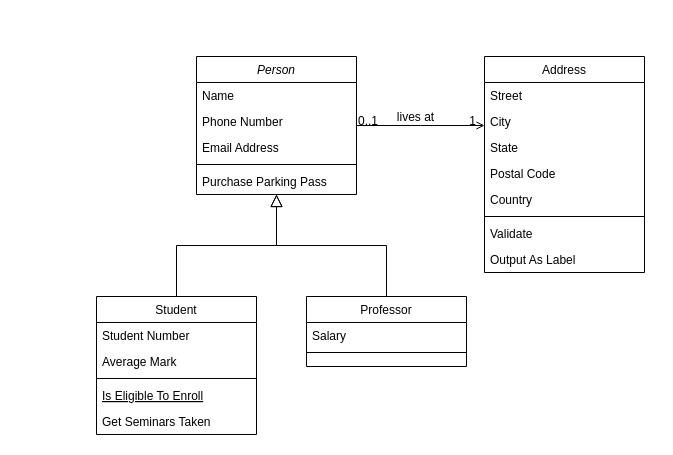
This is Ejercicios UML/Untitled Diagram.drawio from rnoguer22/Entrega-Grupal-UML, a draw.io file, before an edit. Source tidied: cells renumbered, new cells numbered last; positions are measured from the earlier drawing's top-left corner, leaving out a move shared by most shapes. Both pictures are drawn from the tidied source at 100%, with x=0, y=0 at pixel (96, 56).
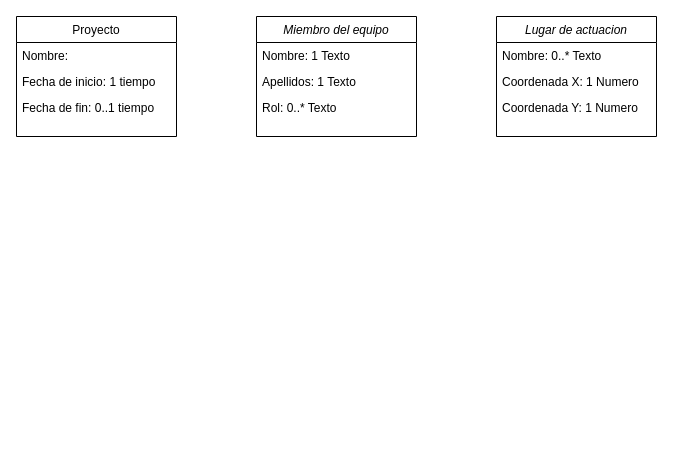
Above is the later version.

Commit message:
2) UML - José Miguel Zazo Orozco

The edit, as a diff of the source:
```diff
@@
-    <mxCell id="2" value="Person" style="swimlane;fontStyle=2;align=center;verticalAlign=top;horizontal=1;startSize=26;rounded=0;shadow=0;strokeWidth=1;" parent="1" vertex="1">
-      <mxGeometry x="100" width="160" height="138" as="geometry" />
+    <mxCell id="2" value="Miembro del equipo" style="swimlane;fontStyle=2;align=center;verticalAlign=top;horizontal=1;startSize=26;rounded=0;shadow=0;strokeWidth=1;" parent="1" vertex="1">
+      <mxGeometry x="160" y="-40" width="160" height="120" as="geometry" />
     </mxCell>
-    <mxCell id="3" value="Name" style="text;align=left;verticalAlign=top;spacingLeft=4;spacingRight=4;overflow=hidden;" parent="2" vertex="1">
+    <mxCell id="3" value="Nombre: 1 Texto" style="text;align=left;verticalAlign=top;spacingLeft=4;spacingRight=4;overflow=hidden;" parent="2" vertex="1">
       <mxGeometry y="26" width="160" height="26" as="geometry" />
     </mxCell>
-    <mxCell id="4" value="Phone Number" style="text;align=left;verticalAlign=top;spacingLeft=4;spacingRight=4;overflow=hidden;rounded=0;shadow=0;html=0;" parent="2" vertex="1">
+    <mxCell id="4" value="Apellidos: 1 Texto" style="text;align=left;verticalAlign=top;spacingLeft=4;spacingRight=4;overflow=hidden;rounded=0;shadow=0;html=0;" parent="2" vertex="1">
       <mxGeometry y="52" width="160" height="26" as="geometry" />
     </mxCell>
-    <mxCell id="5" value="Email Address" style="text;align=left;verticalAlign=top;spacingLeft=4;spacingRight=4;overflow=hidden;rounded=0;shadow=0;html=0;" parent="2" vertex="1">
+    <mxCell id="5" value="Rol: 0..* Texto" style="text;align=left;verticalAlign=top;spacingLeft=4;spacingRight=4;overflow=hidden;rounded=0;shadow=0;html=0;" parent="2" vertex="1">
       <mxGeometry y="78" width="160" height="26" as="geometry" />
     </mxCell>
-    <mxCell id="6" style="line;html=1;strokeWidth=1;align=left;verticalAlign=middle;spacingTop=-1;spacingLeft=3;spacingRight=3;labelPosition=right;" parent="2" vertex="1">
-      <mxGeometry y="104" width="160" height="8" as="geometry" />
-    </mxCell>
-    <mxCell id="7" value="Purchase Parking Pass" style="text;align=left;verticalAlign=top;spacingLeft=4;spacingRight=4;overflow=hidden;" parent="2" vertex="1">
-      <mxGeometry y="112" width="160" height="26" as="geometry" />
-    </mxCell>
-    <mxCell id="8" value="Student" style="swimlane;fontStyle=0;align=center;verticalAlign=top;horizontal=1;startSize=26;rounded=0;shadow=0;strokeWidth=1;" parent="1" vertex="1">
-      <mxGeometry y="240" width="160" height="138" as="geometry" />
-    </mxCell>
-    <mxCell id="9" value="Student Number" style="text;align=left;verticalAlign=top;spacingLeft=4;spacingRight=4;overflow=hidden;" parent="8" vertex="1">
-      <mxGeometry y="26" width="160" height="26" as="geometry" />
-    </mxCell>
-    <mxCell id="10" value="Average Mark" style="text;align=left;verticalAlign=top;spacingLeft=4;spacingRight=4;overflow=hidden;rounded=0;shadow=0;html=0;" parent="8" vertex="1">
-      <mxGeometry y="52" width="160" height="26" as="geometry" />
-    </mxCell>
-    <mxCell id="11" style="line;html=1;strokeWidth=1;align=left;verticalAlign=middle;spacingTop=-1;spacingLeft=3;spacingRight=3;labelPosition=right;" parent="8" vertex="1">
-      <mxGeometry y="78" width="160" height="8" as="geometry" />
-    </mxCell>
-    <mxCell id="12" value="Is Eligible To Enroll" style="text;align=left;verticalAlign=top;spacingLeft=4;spacingRight=4;overflow=hidden;fontStyle=4;" parent="8" vertex="1">
-      <mxGeometry y="86" width="160" height="26" as="geometry" />
-    </mxCell>
-    <mxCell id="13" value="Get Seminars Taken" style="text;align=left;verticalAlign=top;spacingLeft=4;spacingRight=4;overflow=hidden;" parent="8" vertex="1">
-      <mxGeometry y="112" width="160" height="26" as="geometry" />
-    </mxCell>
-    <mxCell id="14" style="endArrow=block;endSize=10;endFill=0;shadow=0;strokeWidth=1;rounded=0;edgeStyle=elbowEdgeStyle;elbow=vertical;" parent="1" edge="1" source="8" target="2">
-      <mxGeometry relative="1" as="geometry" />
-    </mxCell>
-    <mxCell id="15" value="Professor" style="swimlane;fontStyle=0;align=center;verticalAlign=top;horizontal=1;startSize=26;rounded=0;shadow=0;strokeWidth=1;" parent="1" vertex="1">
-      <mxGeometry x="210" y="240" width="160" height="70" as="geometry" />
-    </mxCell>
-    <mxCell id="16" value="Salary" style="text;align=left;verticalAlign=top;spacingLeft=4;spacingRight=4;overflow=hidden;" parent="15" vertex="1">
-      <mxGeometry y="26" width="160" height="26" as="geometry" />
-    </mxCell>
-    <mxCell id="17" style="line;html=1;strokeWidth=1;align=left;verticalAlign=middle;spacingTop=-1;spacingLeft=3;spacingRight=3;labelPosition=right;" parent="15" vertex="1">
-      <mxGeometry y="52" width="160" height="8" as="geometry" />
-    </mxCell>
-    <mxCell id="18" style="endArrow=block;endSize=10;endFill=0;shadow=0;strokeWidth=1;rounded=0;edgeStyle=elbowEdgeStyle;elbow=vertical;" parent="1" edge="1" source="15" target="2">
-      <mxGeometry relative="1" as="geometry" />
-    </mxCell>
-    <mxCell id="19" value="Address" style="swimlane;fontStyle=0;align=center;verticalAlign=top;horizontal=1;startSize=26;rounded=0;shadow=0;strokeWidth=1;" parent="1" vertex="1">
-      <mxGeometry x="388" width="160" height="216" as="geometry" />
+    <mxCell id="19" value="Proyecto" style="swimlane;fontStyle=0;align=center;verticalAlign=top;horizontal=1;startSize=26;rounded=0;shadow=0;strokeWidth=1;" parent="1" vertex="1">
+      <mxGeometry x="-80" y="-40" width="160" height="120" as="geometry" />
     </mxCell>
-    <mxCell id="20" value="Street" style="text;align=left;verticalAlign=top;spacingLeft=4;spacingRight=4;overflow=hidden;" parent="19" vertex="1">
+    <mxCell id="20" value="Nombre: " style="text;align=left;verticalAlign=top;spacingLeft=4;spacingRight=4;overflow=hidden;" parent="19" vertex="1">
       <mxGeometry y="26" width="160" height="26" as="geometry" />
     </mxCell>
-    <mxCell id="21" value="City" style="text;align=left;verticalAlign=top;spacingLeft=4;spacingRight=4;overflow=hidden;rounded=0;shadow=0;html=0;" parent="19" vertex="1">
+    <mxCell id="21" value="Fecha de inicio: 1 tiempo" style="text;align=left;verticalAlign=top;spacingLeft=4;spacingRight=4;overflow=hidden;rounded=0;shadow=0;html=0;" parent="19" vertex="1">
       <mxGeometry y="52" width="160" height="26" as="geometry" />
     </mxCell>
-    <mxCell id="22" value="State" style="text;align=left;verticalAlign=top;spacingLeft=4;spacingRight=4;overflow=hidden;rounded=0;shadow=0;html=0;" parent="19" vertex="1">
+    <mxCell id="22" value="Fecha de fin: 0..1 tiempo" style="text;align=left;verticalAlign=top;spacingLeft=4;spacingRight=4;overflow=hidden;rounded=0;shadow=0;html=0;" parent="19" vertex="1">
       <mxGeometry y="78" width="160" height="26" as="geometry" />
     </mxCell>
-    <mxCell id="23" value="Postal Code" style="text;align=left;verticalAlign=top;spacingLeft=4;spacingRight=4;overflow=hidden;rounded=0;shadow=0;html=0;" parent="19" vertex="1">
-      <mxGeometry y="104" width="160" height="26" as="geometry" />
-    </mxCell>
-    <mxCell id="24" value="Country" style="text;align=left;verticalAlign=top;spacingLeft=4;spacingRight=4;overflow=hidden;rounded=0;shadow=0;html=0;" parent="19" vertex="1">
-      <mxGeometry y="130" width="160" height="26" as="geometry" />
-    </mxCell>
-    <mxCell id="25" style="line;html=1;strokeWidth=1;align=left;verticalAlign=middle;spacingTop=-1;spacingLeft=3;spacingRight=3;labelPosition=right;" parent="19" vertex="1">
-      <mxGeometry y="156" width="160" height="8" as="geometry" />
-    </mxCell>
-    <mxCell id="26" value="Validate" style="text;align=left;verticalAlign=top;spacingLeft=4;spacingRight=4;overflow=hidden;" parent="19" vertex="1">
-      <mxGeometry y="164" width="160" height="26" as="geometry" />
-    </mxCell>
-    <mxCell id="27" value="Output As Label" style="text;align=left;verticalAlign=top;spacingLeft=4;spacingRight=4;overflow=hidden;" parent="19" vertex="1">
-      <mxGeometry y="190" width="160" height="26" as="geometry" />
-    </mxCell>
-    <mxCell id="28" style="endArrow=open;shadow=0;strokeWidth=1;rounded=0;endFill=1;edgeStyle=elbowEdgeStyle;elbow=vertical;" parent="1" edge="1" source="2" target="19">
-      <mxGeometry x="0.5" y="41" relative="1" as="geometry">
-        <mxPoint x="-40" y="32" as="offset" />
-      </mxGeometry>
-    </mxCell>
-    <mxCell id="29" value="0..1" style="align=left;verticalAlign=bottom;labelBackgroundColor=none;fontSize=12;" parent="28" vertex="1">
-      <mxGeometry x="-1" relative="1" as="geometry">
-        <mxPoint y="4" as="offset" />
-      </mxGeometry>
-    </mxCell>
-    <mxCell id="30" value="1" style="align=right;verticalAlign=bottom;labelBackgroundColor=none;fontSize=12;" parent="28" vertex="1">
-      <mxGeometry x="1" relative="1" as="geometry">
-        <mxPoint x="-7" y="4" as="offset" />
-      </mxGeometry>
-    </mxCell>
-    <mxCell id="31" value="lives at" style="text;html=1;align=center;verticalAlign=middle;labelBackgroundColor=none;rounded=0;shadow=0;strokeWidth=1;fontSize=12;" parent="28" vertex="1">
-      <mxGeometry x="0.5" y="49" relative="1" as="geometry">
-        <mxPoint x="-38" y="40" as="offset" />
-      </mxGeometry>
-    </mxCell>
+    <mxCell id="32" value="Lugar de actuacion" style="swimlane;fontStyle=2;align=center;verticalAlign=top;horizontal=1;startSize=26;rounded=0;shadow=0;strokeWidth=1;" parent="1" vertex="1">
+      <mxGeometry x="400" y="-40" width="160" height="120" as="geometry" />
+    </mxCell>
+    <mxCell id="33" value="Nombre: 0..* Texto" style="text;align=left;verticalAlign=top;spacingLeft=4;spacingRight=4;overflow=hidden;" parent="32" vertex="1">
+      <mxGeometry y="26" width="160" height="26" as="geometry" />
+    </mxCell>
+    <mxCell id="34" value="Coordenada X: 1 Numero" style="text;align=left;verticalAlign=top;spacingLeft=4;spacingRight=4;overflow=hidden;rounded=0;shadow=0;html=0;" parent="32" vertex="1">
+      <mxGeometry y="52" width="160" height="26" as="geometry" />
+    </mxCell>
+    <mxCell id="35" value="Coordenada Y: 1 Numero" style="text;align=left;verticalAlign=top;spacingLeft=4;spacingRight=4;overflow=hidden;rounded=0;shadow=0;html=0;" parent="32" vertex="1">
+      <mxGeometry y="78" width="160" height="26" as="geometry" />
+    </mxCell>
```
